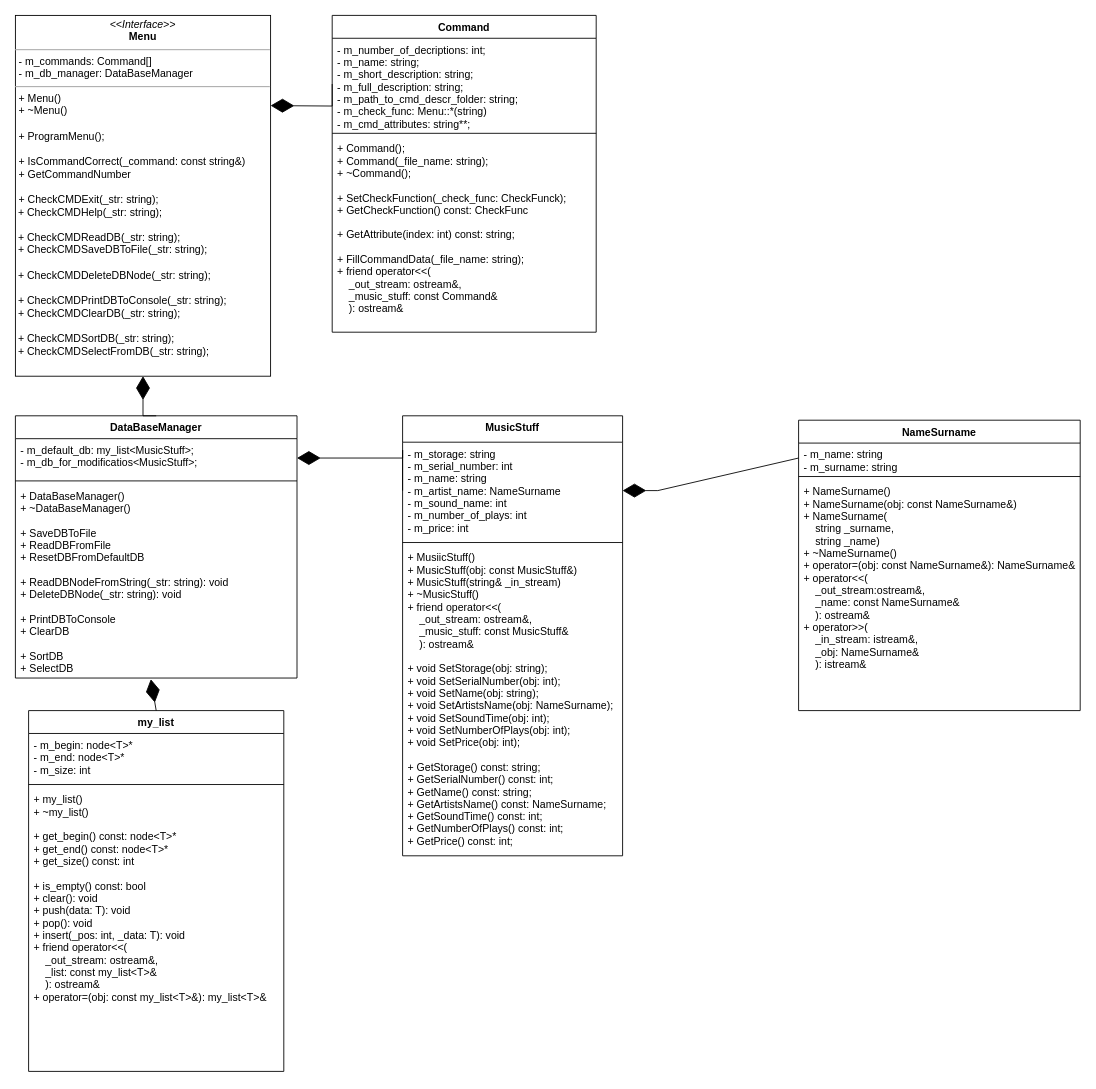
Above: task/Class_Diagram.drawio in AKTOETO/SUBD_kursovaya-2022 (draw.io), before the change. Source tidied: cells renumbered, new cells numbered last; positions are measured from the earlier drawing's top-left corner, leaving out a move shared by most shapes. Both pictures are drawn from the tidied source at 88%, with x=0, y=0 at pixel (15, 15).
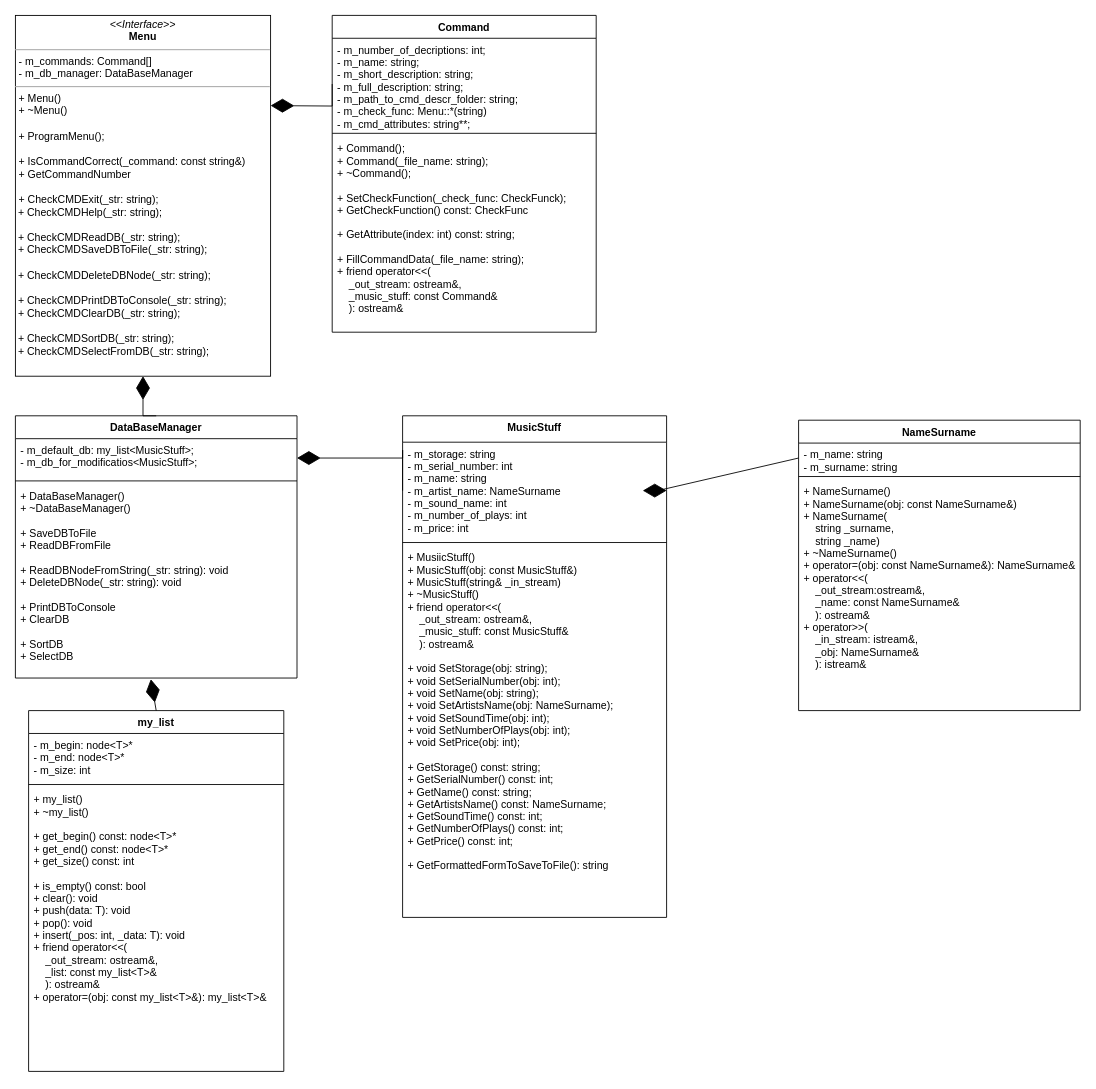
The same page after the edit.

Unchanged cells that the change refers to:
```xml
<mxCell id="11" value="DataBaseManager" style="swimlane;fontStyle=1;align=center;verticalAlign=top;horizontal=1;startSize=26;" parent="1" vertex="1">
  <mxGeometry y="455" width="320" height="298" as="geometry" />
</mxCell>
```

Diff of the diagram source:
```diff
@@
     <mxCell id="2" value="MusicStuff" style="swimlane;fontStyle=1;align=center;verticalAlign=top;horizontal=1;startSize=30;" parent="1" vertex="1">
-      <mxGeometry x="440" y="455" width="250" height="500" as="geometry" />
+      <mxGeometry x="440" y="455" width="300" height="570" as="geometry" />
     </mxCell>
     <mxCell id="3" value="- m_storage: string&#10;- m_serial_number: int&#10;- m_name: string&#10;- m_artist_name: NameSurname &#10;- m_sound_name: int&#10;- m_number_of_plays: int&#10;- m_price: int&#10; " style="text;strokeColor=none;fillColor=none;align=left;verticalAlign=top;spacingLeft=4;spacingRight=4;overflow=hidden;points=[[0,0.5],[1,0.5]];portConstraint=eastwest;" parent="2" vertex="1">
-      <mxGeometry y="30" width="250" height="110" as="geometry" />
+      <mxGeometry y="30" width="300" height="110" as="geometry" />
     </mxCell>
     <mxCell id="4" style="line;strokeWidth=1;fillColor=none;align=left;verticalAlign=middle;spacingTop=-1;spacingLeft=3;spacingRight=3;labelPosition=right;" parent="2" vertex="1">
-      <mxGeometry y="140" width="250" height="8" as="geometry" />
+      <mxGeometry y="140" width="300" height="8" as="geometry" />
     </mxCell>
-    <mxCell id="5" value="+ MusiicStuff()&#10;+ MusicStuff(obj: const MusicStuff&amp;)&#10;+ MusicStuff(string&amp; _in_stream)&#10;+ ~MusicStuff()&#10;+ friend operator&lt;&lt;(&#10;    _out_stream: ostream&amp;,&#10;    _music_stuff: const MusicStuff&amp; &#10;    ): ostream&amp;&#10;&#10;+ void SetStorage(obj: string);&#10;+ void SetSerialNumber(obj: int);&#10;+ void SetName(obj: string);&#10;+ void SetArtistsName(obj: NameSurname);&#10;+ void SetSoundTime(obj: int);&#10;+ void SetNumberOfPlays(obj: int);&#10;+ void SetPrice(obj: int);&#10;&#10;+ GetStorage() const: string;&#10;+ GetSerialNumber() const: int;&#10;+ GetName() const: string;&#10;+ GetArtistsName() const: NameSurname;&#10;+ GetSoundTime() const: int;&#10;+ GetNumberOfPlays() const: int;&#10;+ GetPrice() const: int;" style="text;strokeColor=none;fillColor=none;align=left;verticalAlign=top;spacingLeft=4;spacingRight=4;overflow=hidden;" parent="2" vertex="1">
-      <mxGeometry y="148" width="250" height="352" as="geometry" />
+    <mxCell id="5" value="+ MusiicStuff()&#10;+ MusicStuff(obj: const MusicStuff&amp;)&#10;+ MusicStuff(string&amp; _in_stream)&#10;+ ~MusicStuff()&#10;+ friend operator&lt;&lt;(&#10;    _out_stream: ostream&amp;,&#10;    _music_stuff: const MusicStuff&amp; &#10;    ): ostream&amp;&#10;&#10;+ void SetStorage(obj: string);&#10;+ void SetSerialNumber(obj: int);&#10;+ void SetName(obj: string);&#10;+ void SetArtistsName(obj: NameSurname);&#10;+ void SetSoundTime(obj: int);&#10;+ void SetNumberOfPlays(obj: int);&#10;+ void SetPrice(obj: int);&#10;&#10;+ GetStorage() const: string;&#10;+ GetSerialNumber() const: int;&#10;+ GetName() const: string;&#10;+ GetArtistsName() const: NameSurname;&#10;+ GetSoundTime() const: int;&#10;+ GetNumberOfPlays() const: int;&#10;+ GetPrice() const: int;&#10;&#10;+ GetFormattedFormToSaveToFile(): string" style="text;strokeColor=none;fillColor=none;align=left;verticalAlign=top;spacingLeft=4;spacingRight=4;overflow=hidden;" parent="2" vertex="1">
+      <mxGeometry y="148" width="300" height="422" as="geometry" />
     </mxCell>
@@
-    <mxCell id="14" value="+ DataBaseManager()&#10;+ ~DataBaseManager()&#10;&#10;+ SaveDBToFile&#10;+ ReadDBFromFile&#10;+ ResetDBFromDefaultDB&#10;&#10;+ ReadDBNodeFromString(_str: string): void&#10;+ DeleteDBNode(_str: string): void &#10;&#10;+ PrintDBToConsole&#10;+ ClearDB&#10;&#10;+ SortDB&#10;+ SelectDB" style="text;strokeColor=none;fillColor=none;align=left;verticalAlign=top;spacingLeft=4;spacingRight=4;overflow=hidden;points=[[0,0.5],[1,0.5]];portConstraint=eastwest;" parent="11" vertex="1">
+    <mxCell id="14" value="+ DataBaseManager()&#10;+ ~DataBaseManager()&#10;&#10;+ SaveDBToFile&#10;+ ReadDBFromFile&#10;&#10;+ ReadDBNodeFromString(_str: string): void&#10;+ DeleteDBNode(_str: string): void &#10;&#10;+ PrintDBToConsole&#10;+ ClearDB&#10;&#10;+ SortDB&#10;+ SelectDB" style="text;strokeColor=none;fillColor=none;align=left;verticalAlign=top;spacingLeft=4;spacingRight=4;overflow=hidden;points=[[0,0.5],[1,0.5]];portConstraint=eastwest;" parent="11" vertex="1">
       <mxGeometry y="78" width="320" height="220" as="geometry" />
     </mxCell>
```
